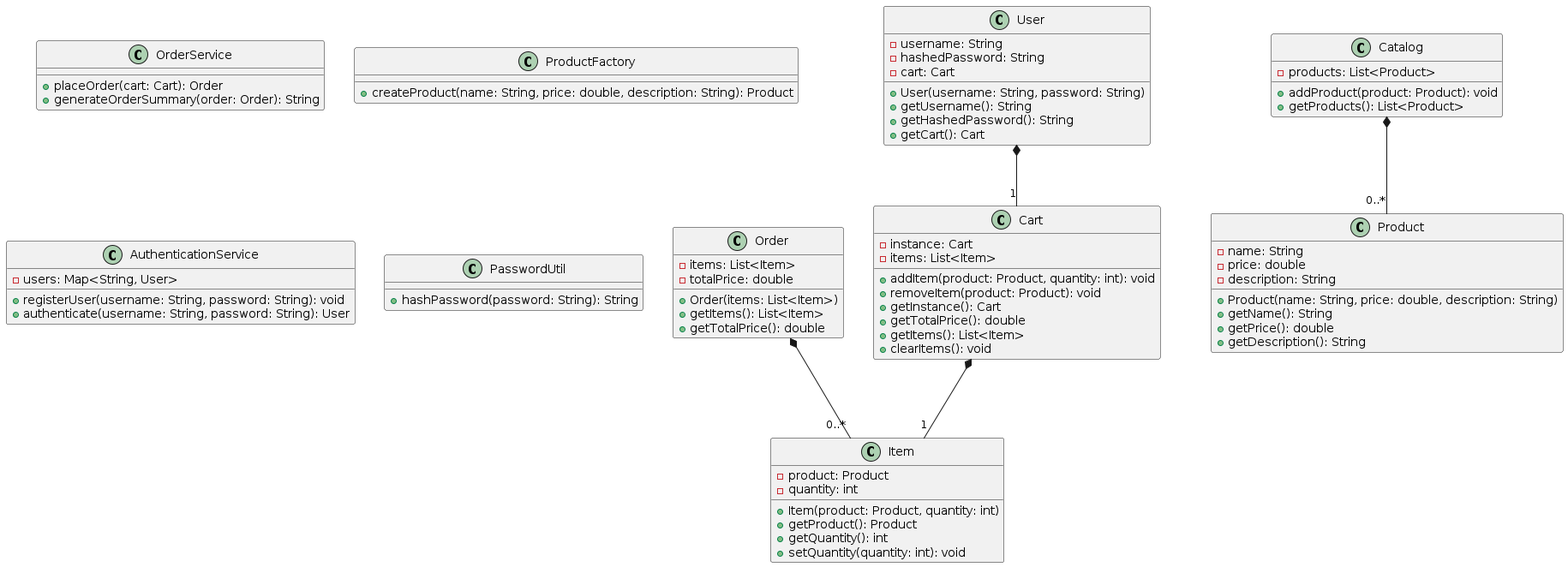
mplaczek99/SE450-Final keeps this PlantUML diagram as plantuml.png. Above is the earlier version.
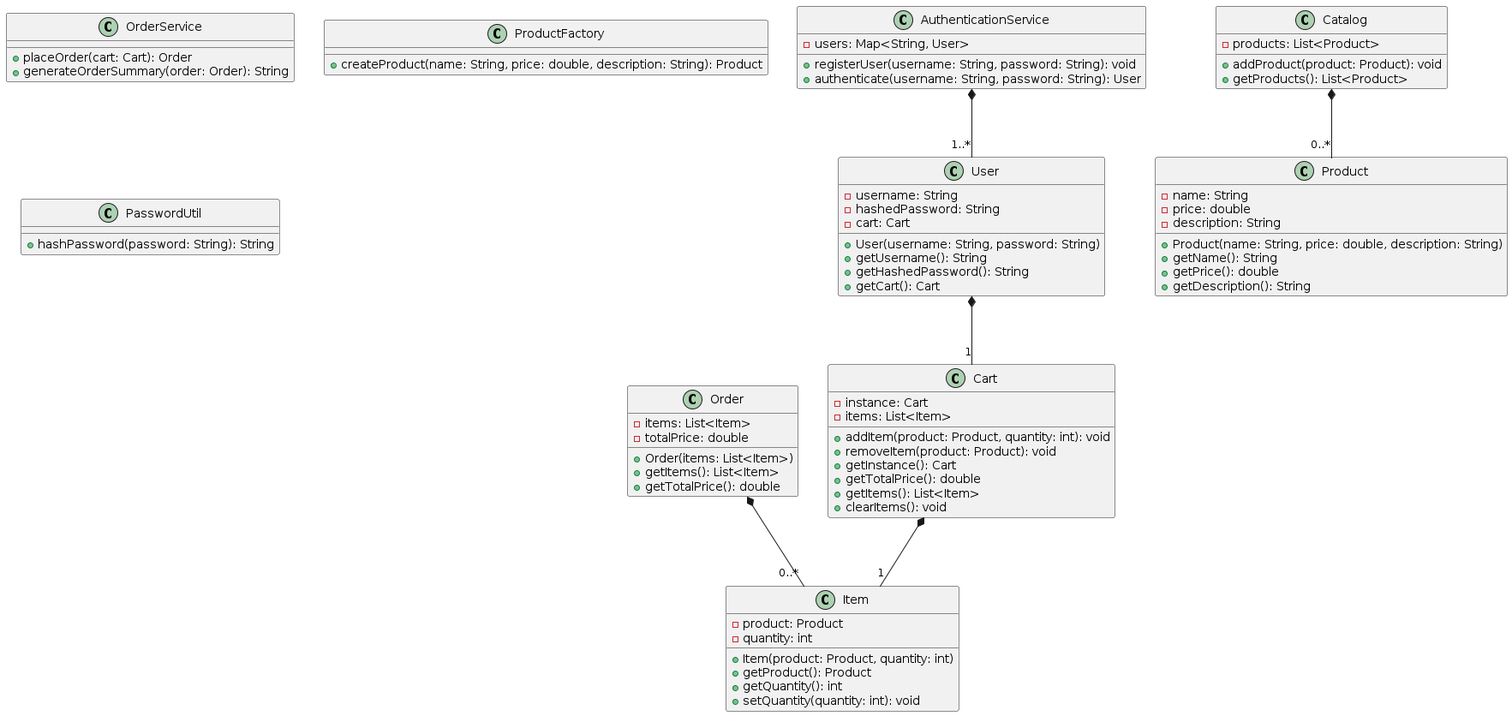
The same file after the commit.

Diff of the diagram source:
```diff
@@ -77,5 +77,6 @@
 Catalog *-- "0..*" Product
 Order *-- "0..*" Item
 User *-- "1" Cart
+AuthenticationService *-- "1..*" User
 
 @enduml
```
